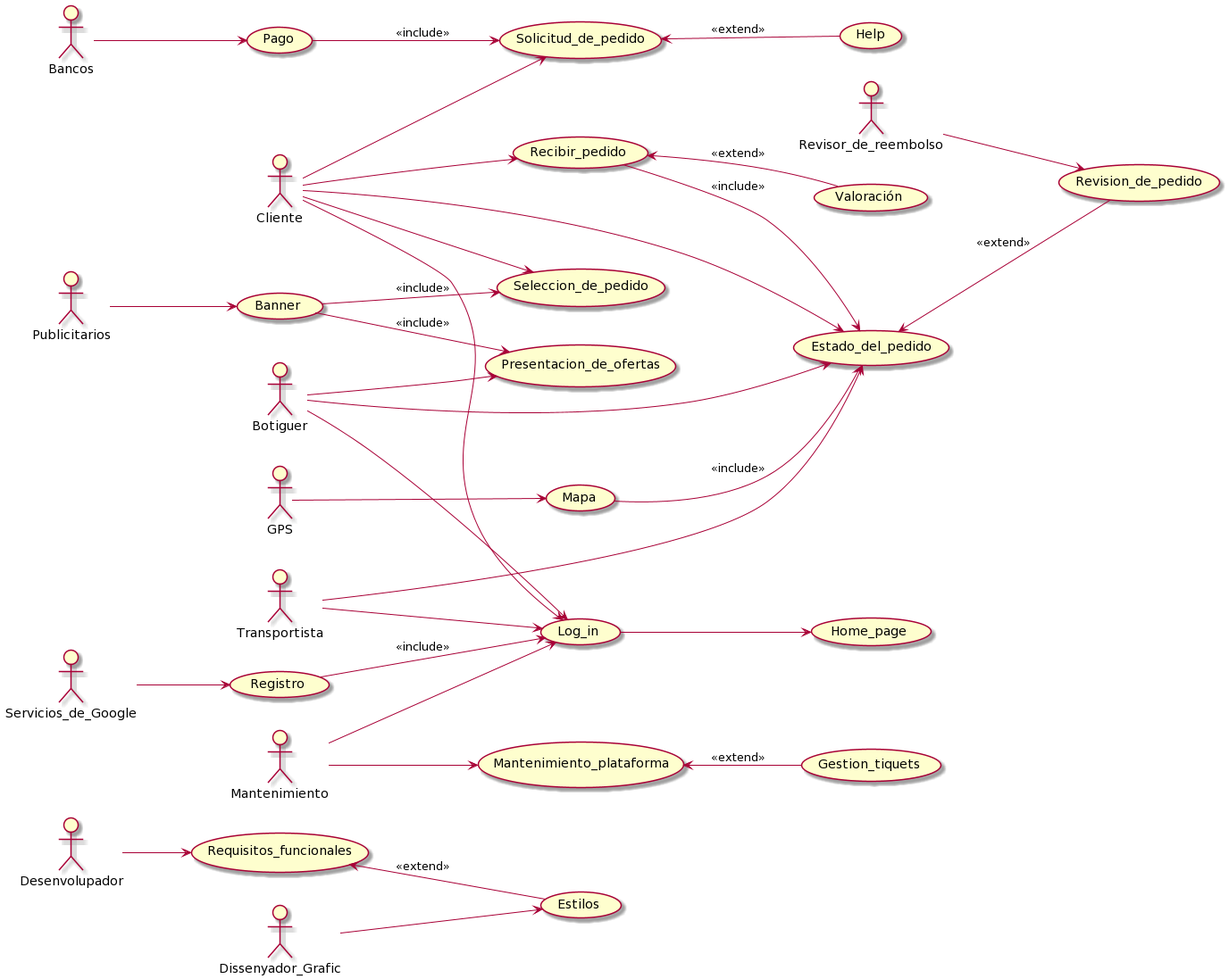
Before: diagrams/Diagrama_Casos_Us.png, a diagram exported from PlantUML (polpagesdev/delivery-app).
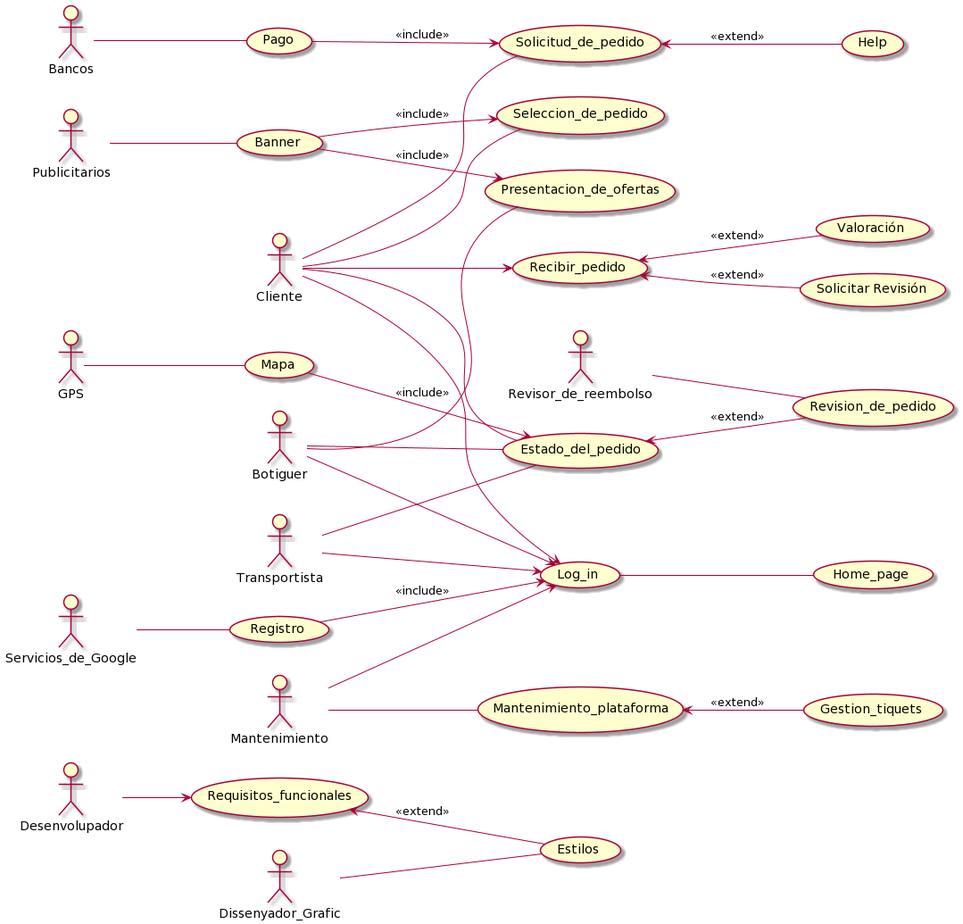
Above is the later version.

Commit message:
Added the correct diagrams of 'Cas Us' and 'Execucio comanda'

The edit, as a diff of the source:
```diff
@@ -15,35 +15,35 @@
 
 
 
-Cliente --> (Solicitud_de_pedido)
-Botiguer --> (Presentacion_de_ofertas)
-Cliente --> (Seleccion_de_pedido)
-Cliente --> (Estado_del_pedido)
-Botiguer --> (Estado_del_pedido)
-Transportista --> (Estado_del_pedido)
-GPS --> (Mapa)
+Cliente -- (Solicitud_de_pedido)
+Botiguer -- (Presentacion_de_ofertas)
+Cliente -- (Seleccion_de_pedido)
+Botiguer -- (Estado_del_pedido)
+GPS -- (Mapa)
 Cliente --> (Log_in)
 Botiguer --> (Log_in)
 Transportista --> (Log_in)
 Mantenimiento --> (Log_in)
-Servicios_de_Google --> (Registro)
-Publicitarios --> (Banner)
+Servicios_de_Google -- (Registro)
+Publicitarios -- (Banner)
 Cliente --> (Recibir_pedido)
+Cliente -- (Estado_del_pedido)
+Transportista -- (Estado_del_pedido)
 Desenvolupador --> (Requisitos_funcionales)
-Bancos --> (Pago)
-Revisor_de_reembolso --> (Revision_de_pedido)
-Dissenyador_Grafic --> (Estilos)
-Mantenimiento --> (Mantenimiento_plataforma)
+Bancos -- (Pago)
+Revisor_de_reembolso -- (Revision_de_pedido)
+Dissenyador_Grafic -- (Estilos)
+Mantenimiento -- (Mantenimiento_plataforma)
 (Mapa) --> (Estado_del_pedido) : <<include>>
 (Registro) --> (Log_in) : <<include>>
-(Recibir_pedido) --> (Estado_del_pedido) : <<include>>
 (Banner) --> (Seleccion_de_pedido) : <<include>>
 (Pago) --> (Solicitud_de_pedido) : <<include>>
 (Banner) --> (Presentacion_de_ofertas) : <<include>>
-(Log_in) --> (Home_page)
+(Log_in) -- (Home_page)
 (Solicitud_de_pedido) <-- (Help) : <<extend>>
 (Requisitos_funcionales) <-- (Estilos) : <<extend>>
 (Recibir_pedido) <-- (Valoración) : <<extend>>
+(Recibir_pedido) <-- (Solicitar Revisión) : <<extend>>
 (Estado_del_pedido) <-- (Revision_de_pedido) : <<extend>>
 (Mantenimiento_plataforma) <-- (Gestion_tiquets) : <<extend>>
 @enduml
```
